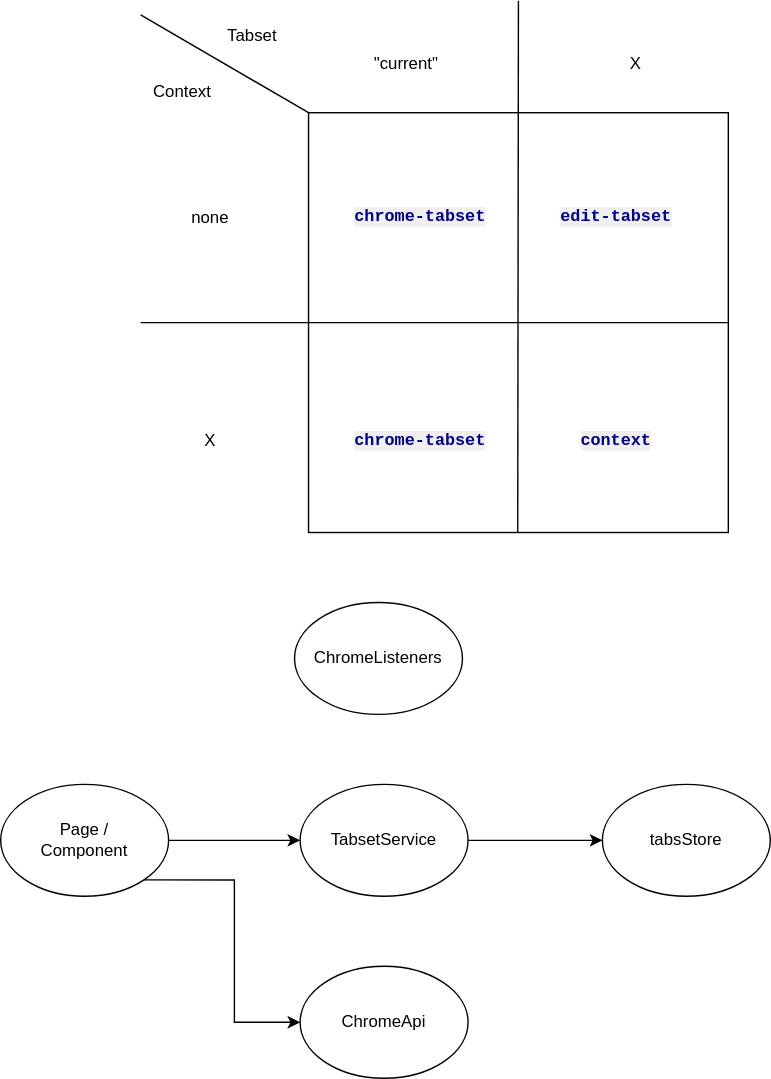
This is docs/overview.svg from evandor/tabsets, a draw.io export, as it was before one commit. Source tidied: cells renumbered, new cells last; positions are measured from the earlier drawing's top-left corner, leaving out a move shared by most shapes.
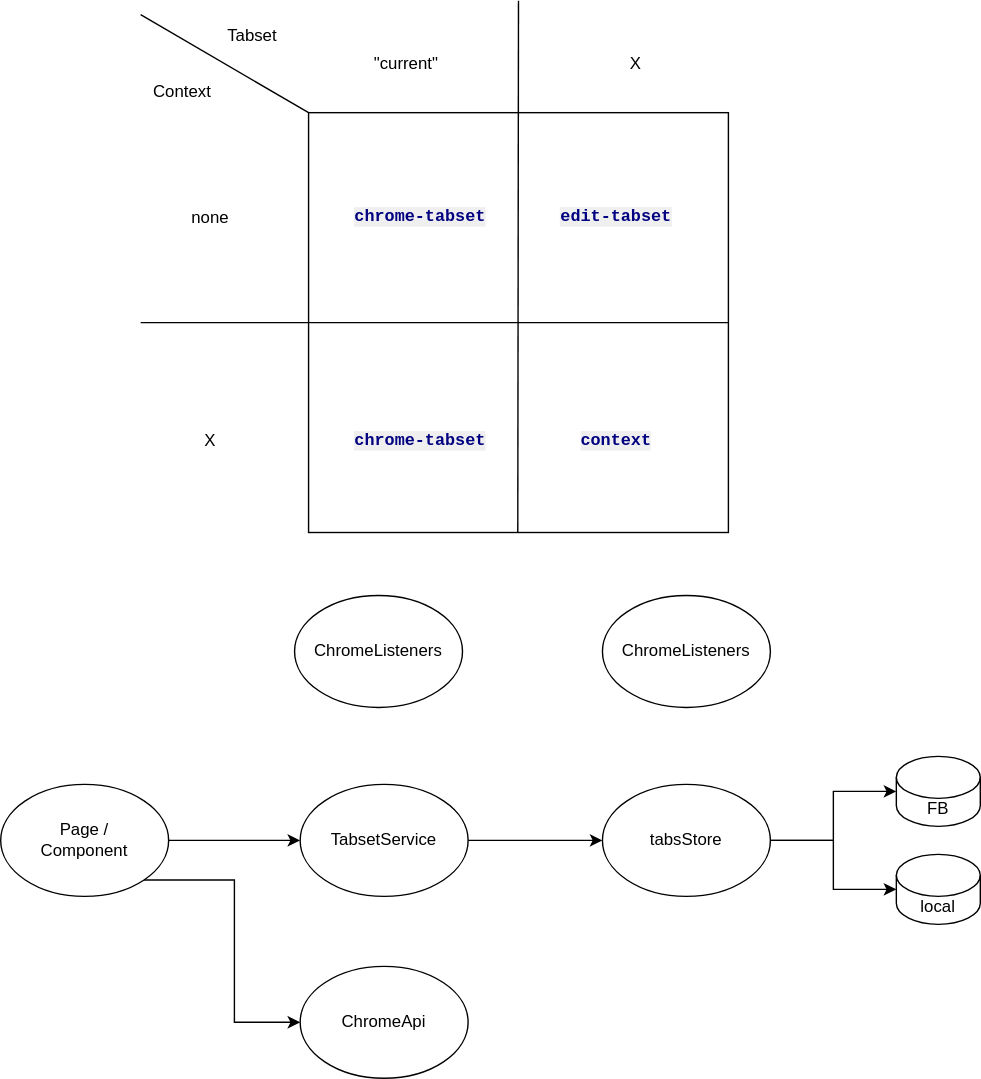
After the commit.

Diff of the diagram source:
```diff
@@ -66,14 +66,32 @@
     <mxCell id="20" value="TabsetService" style="ellipse;whiteSpace=wrap;html=1;" parent="1" vertex="1">
       <mxGeometry x="214" y="560" width="120" height="80" as="geometry" />
     </mxCell>
+    <mxCell id="24" style="edgeStyle=orthogonalEdgeStyle;rounded=0;jettySize=auto;html=1;" parent="1" edge="1" source="21" target="26">
+      <mxGeometry relative="1" as="geometry" />
+    </mxCell>
+    <mxCell id="25" style="edgeStyle=orthogonalEdgeStyle;rounded=0;jettySize=auto;html=1;exitX=1;exitY=0.5;exitDx=0;exitDy=0;" parent="1" edge="1" source="21" target="28">
+      <mxGeometry relative="1" as="geometry" />
+    </mxCell>
     <mxCell id="21" value="tabsStore" style="ellipse;whiteSpace=wrap;html=1;" parent="1" vertex="1">
       <mxGeometry x="430" y="560" width="120" height="80" as="geometry" />
     </mxCell>
     <mxCell id="22" value="ChromeListeners" style="ellipse;whiteSpace=wrap;html=1;" parent="1" vertex="1">
-      <mxGeometry x="210" y="430" width="120" height="80" as="geometry" />
+      <mxGeometry x="430" y="425" width="120" height="80" as="geometry" />
     </mxCell>
     <mxCell id="23" value="ChromeApi" style="ellipse;whiteSpace=wrap;html=1;" parent="1" vertex="1">
       <mxGeometry x="214" y="690" width="120" height="80" as="geometry" />
     </mxCell>
+    <mxCell id="26" value="FB" style="shape=cylinder3;whiteSpace=wrap;html=1;boundedLbl=1;backgroundOutline=1;size=15;" parent="1" vertex="1">
+      <mxGeometry x="640" y="540" width="60" height="50" as="geometry" />
+    </mxCell>
+    <mxCell id="27" style="edgeStyle=orthogonalEdgeStyle;rounded=0;orthogonalLoop=1;jettySize=auto;html=1;exitX=0.5;exitY=1;exitDx=0;exitDy=0;exitPerimeter=0;" parent="1" edge="1" source="26" target="26">
+      <mxGeometry relative="1" as="geometry" />
+    </mxCell>
+    <mxCell id="28" value="local" style="shape=cylinder3;whiteSpace=wrap;html=1;boundedLbl=1;backgroundOutline=1;size=15;" parent="1" vertex="1">
+      <mxGeometry x="640" y="610" width="60" height="50" as="geometry" />
+    </mxCell>
+    <mxCell id="29" value="ChromeListeners" style="ellipse;whiteSpace=wrap;html=1;" parent="1" vertex="1">
+      <mxGeometry x="210" y="425" width="120" height="80" as="geometry" />
+    </mxCell>
   </root>
 </mxGraphModel>
```
